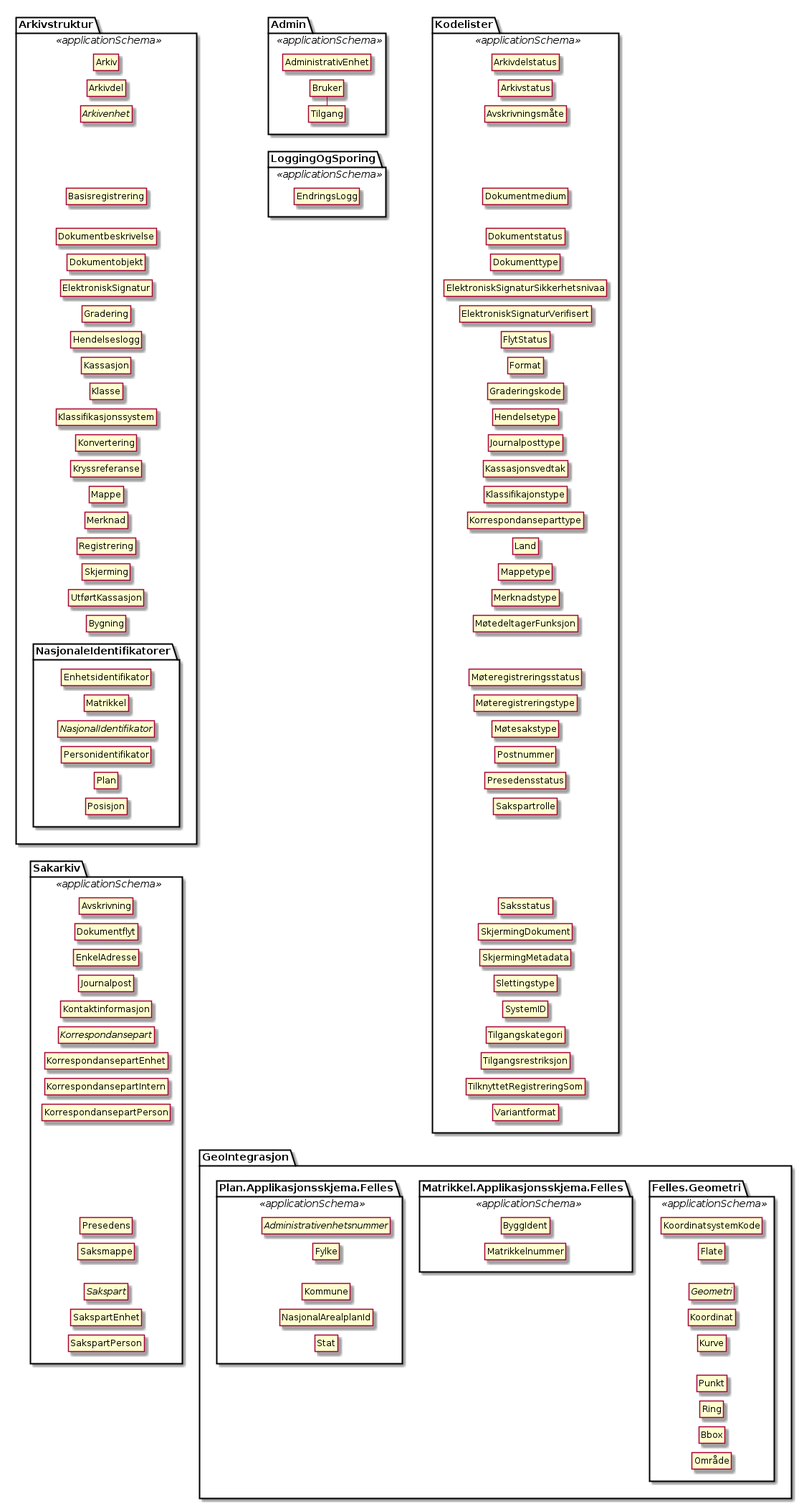
The PlantUML diagram kapitler/media/uml-pakker-og-tilhoerende-klasser.png in arkivverket/noark5-tjenestegrensesnitt-standard, before a commit.
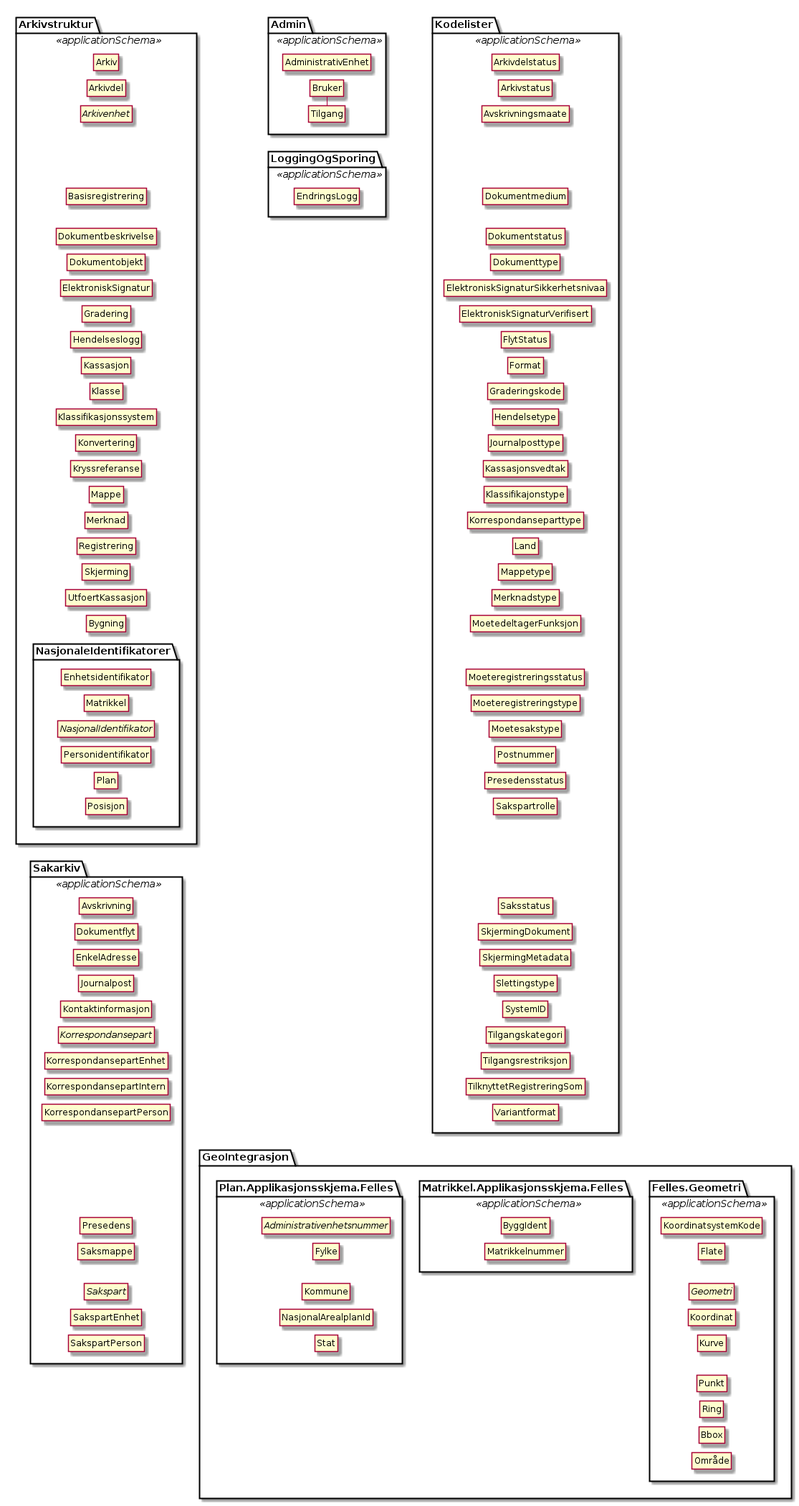
Above is the later version.

What changed in the source:
```diff
@@ -22,7 +22,7 @@
   class Merknad
   class Registrering
   class Skjerming
-  class UtførtKassasjon
+  class UtfoertKassasjon
 
   Arkiv -[hidden]- Arkivdel
   Arkivdel -[hidden]- Arkivenhet
@@ -41,8 +41,8 @@
   Mappe -[hidden]-  Merknad
   Merknad -[hidden]-  Registrering
   Registrering -[hidden]-  Skjerming
-  Skjerming -[hidden]-  UtførtKassasjon
-  UtførtKassasjon -[hidden]- Bygning
+  Skjerming -[hidden]-  UtfoertKassasjon
+  UtfoertKassasjon -[hidden]- Bygning
 
   package NasjonaleIdentifikatorer {
     class Bygning
@@ -108,7 +108,7 @@
 package Kodelister <<applicationSchema>> {
   class Arkivdelstatus
   class Arkivstatus
-  class Avskrivningsmåte
+  class Avskrivningsmaate
   class Dokumentmedium
   class Dokumentstatus
   class Dokumenttype
@@ -125,10 +125,10 @@
   class Land
   class Mappetype
   class Merknadstype
-  class MøtedeltagerFunksjon
-  class Møteregistreringsstatus
-  class Møteregistreringstype
-  class Møtesakstype
+  class MoetedeltagerFunksjon
+  class Moeteregistreringsstatus
+  class Moeteregistreringstype
+  class Moetesakstype
   class Postnummer
   class Presedensstatus
   class Sakspartrolle
@@ -143,8 +143,8 @@
   class Variantformat
 
   Arkivdelstatus -[hidden]- Arkivstatus
-  Arkivstatus -[hidden]- Avskrivningsmåte
-  Avskrivningsmåte -[hidden]- Dokumentmedium
+  Arkivstatus -[hidden]- Avskrivningsmaate
+  Avskrivningsmaate -[hidden]- Dokumentmedium
   Dokumentmedium -[hidden]- Dokumentstatus
   Dokumentstatus -[hidden]- Dokumenttype
   Dokumenttype -[hidden]- ElektroniskSignaturSikkerhetsnivaa
@@ -160,11 +160,11 @@
   Korrespondanseparttype -[hidden]- Land
   Land -[hidden]- Mappetype
   Mappetype -[hidden]- Merknadstype
-  Merknadstype -[hidden]- MøtedeltagerFunksjon
-  MøtedeltagerFunksjon -[hidden]- Møteregistreringsstatus
-  Møteregistreringsstatus -[hidden]- Møteregistreringstype
-  Møteregistreringstype -[hidden]- Møtesakstype
-  Møtesakstype -[hidden]- Postnummer
+  Merknadstype -[hidden]- MoetedeltagerFunksjon
+  MoetedeltagerFunksjon -[hidden]- Moeteregistreringsstatus
+  Moeteregistreringsstatus -[hidden]- Moeteregistreringstype
+  Moeteregistreringstype -[hidden]- Moetesakstype
+  Moetesakstype -[hidden]- Postnummer
   Postnummer -[hidden]- Presedensstatus
   Presedensstatus -[hidden]- Sakspartrolle
   Sakspartrolle -[hidden]- Saksstatus
```
